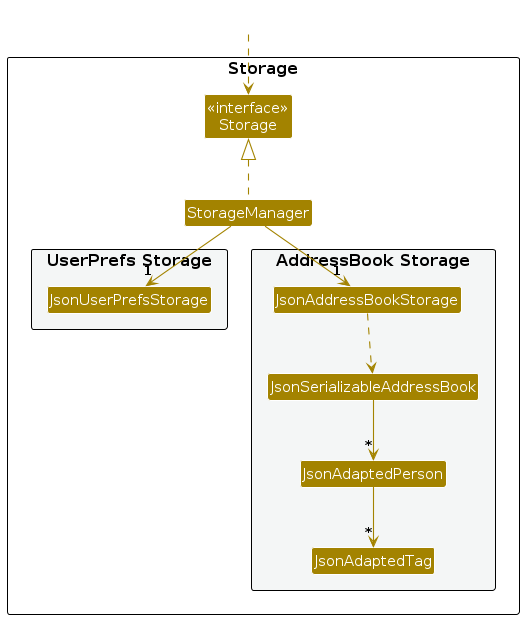
Before: diagrams/StorageClassDiagram.png, a diagram exported from PlantUML (AY2627S1-CS2103T-F14a-3/tp). Its source is kept beside it as diagrams/StorageClassDiagram.puml.
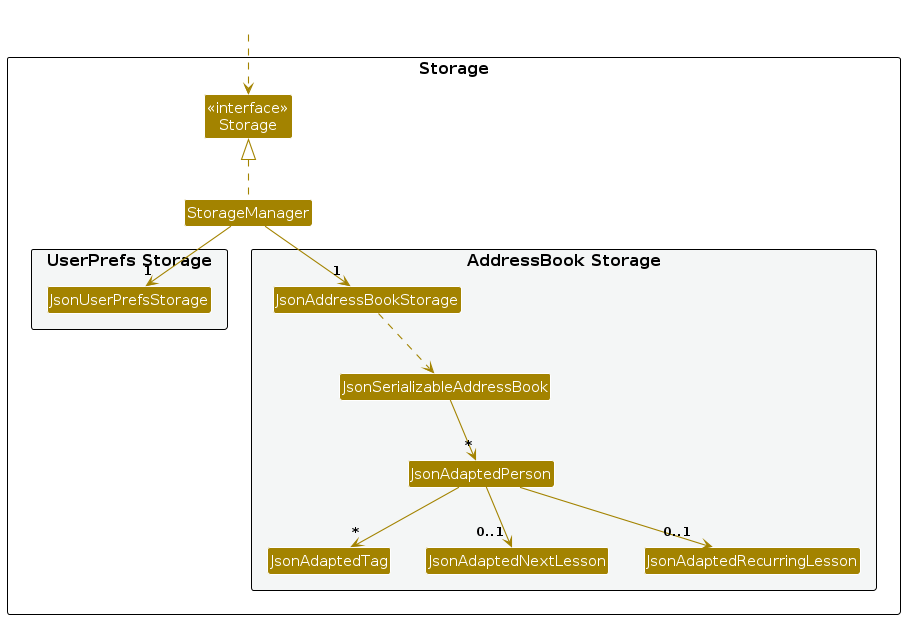
Above is the later version.

What changed in the source:
```diff
@@ -18,6 +18,8 @@
 Class JsonSerializableAddressBook
 Class JsonAdaptedPerson
 Class JsonAdaptedTag
+Class JsonAdaptedNextLesson
+Class JsonAdaptedRecurringLesson
 }
 
 }
@@ -32,5 +34,7 @@
 JsonAddressBookStorage ..> JsonSerializableAddressBook
 JsonSerializableAddressBook --> "*" JsonAdaptedPerson
 JsonAdaptedPerson --> "*" JsonAdaptedTag
+JsonAdaptedPerson --> "0..1" JsonAdaptedNextLesson
+JsonAdaptedPerson --> "0..1" JsonAdaptedRecurringLesson
 
 @enduml
```
